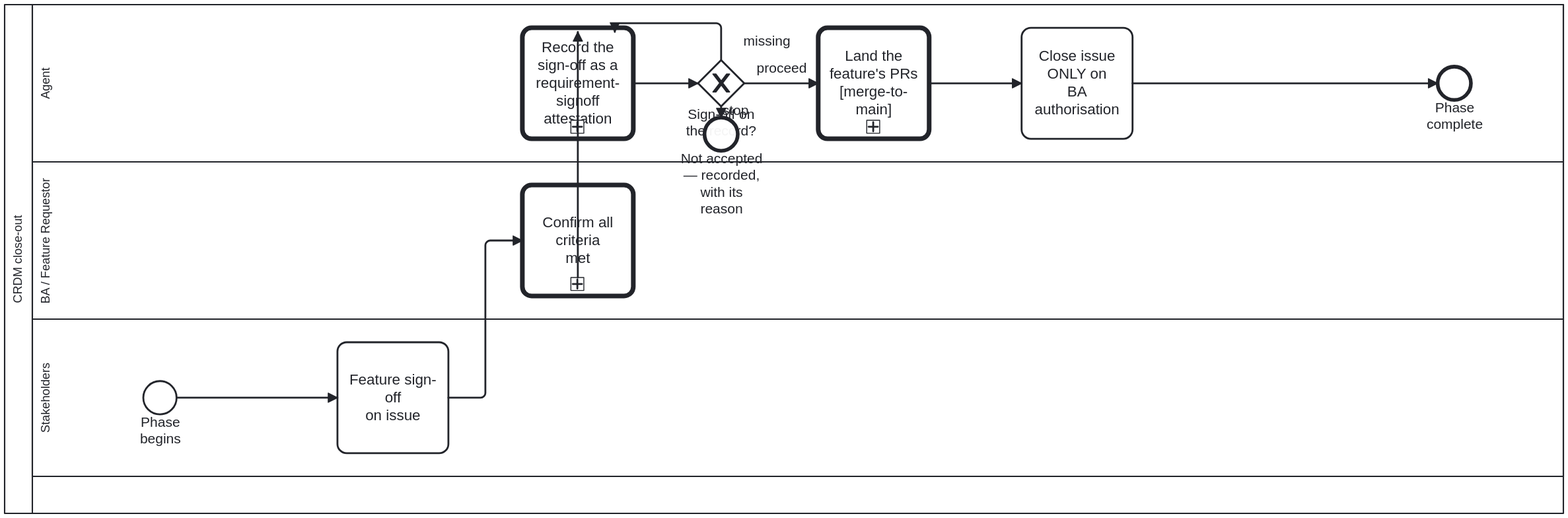
This is docs/assets/img/workflows/crdm-close.svg from litlfred/cat-harness, a BPMN export, as it was before one commit. Its source is kept beside it as processes/process/crdm-close.bpmn. Ids are renumbered.
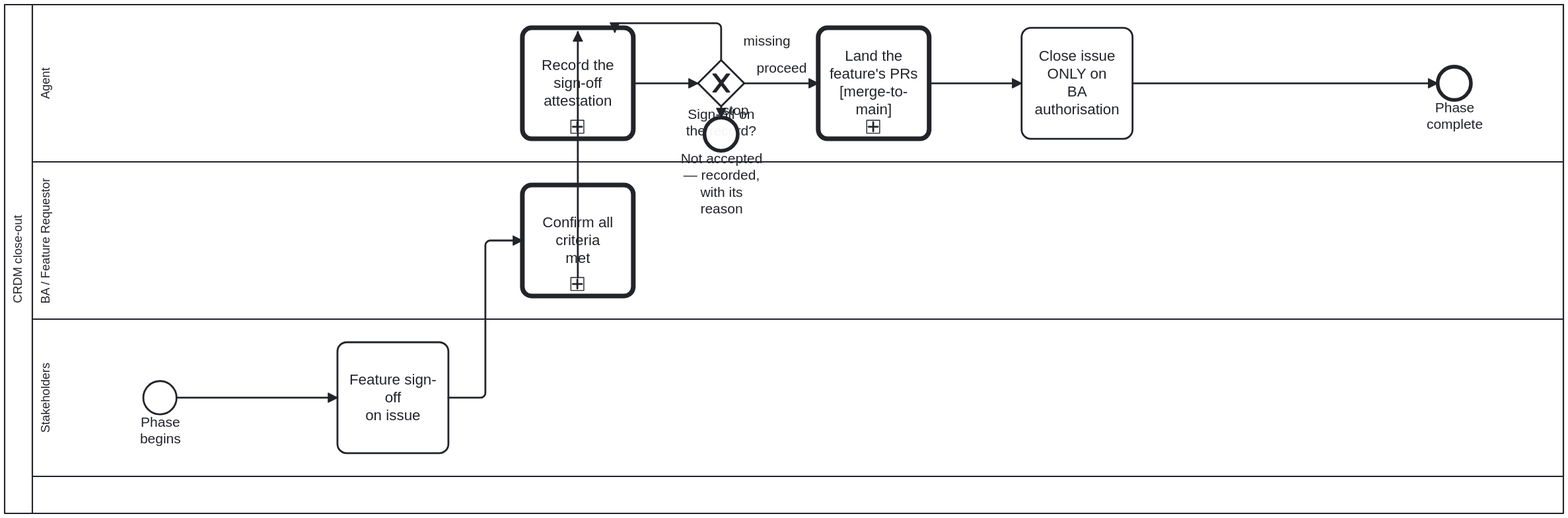
The same file after the commit.

Change to the diagram source:
```diff
@@ -51,7 +51,7 @@
         <cat-harness.processes:fulfilment kinds="person" reason="A sign-off on a requirements document is the requester's decision about their own requirements (issue #2405 FR-011): `approved` and `accepted` need a HUMAN sign-off, which `check:requirements` refuses without, so an agent may not take this step on their behalf. An agent records the decision in A_RecordSignoff; it does not make it."/>
       </bpmn:extensionElements>
     </bpmn:callActivity>
-    <bpmn:callActivity id="A_RecordSignoff" name="Record the sign-off as a&#10;requirement-signoff attestation" calledElement="GT_RecordSignoff">
+    <bpmn:callActivity id="A_RecordSignoff" name="Record the sign-off attestation" calledElement="GT_RecordSignoff">
     </bpmn:callActivity>
     <bpmn:exclusiveGateway id="GW_SignoffRecorded" name="Sign-off on the record?">
       <bpmn:documentation>Computed, never chosen: `decisions/requirement-signoff-recorded.dmn` reads `signoffRecorded` and `signoffOutcome`, which `check:requirements` prints from the set's recorded sign-offs (its signoff-facts flag). `missing` loops back to the record; `proceed` is an approval (as written or amended); `stop` is a recorded reject, defer or cancel.</bpmn:documentation>
```
